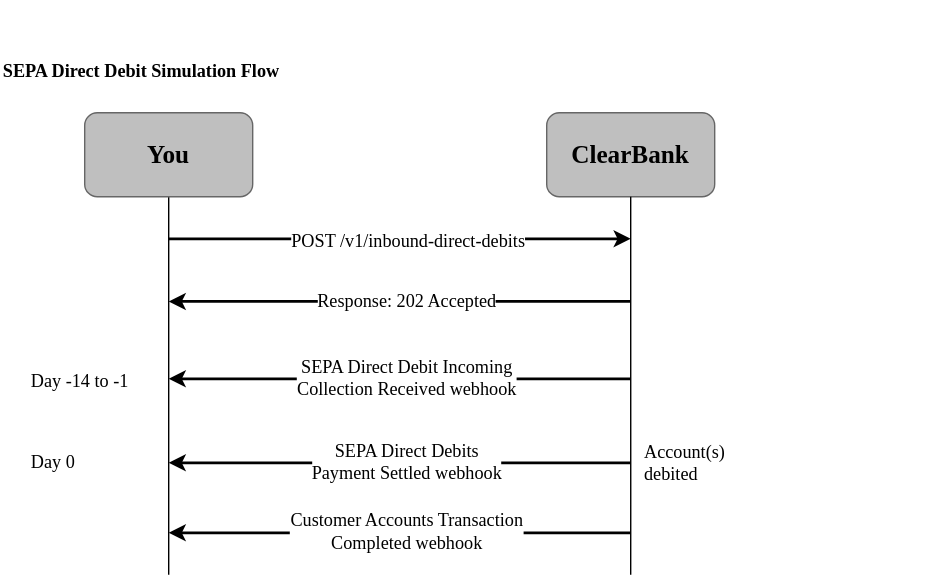
Before: assets/images/sepa-dd/sepa-dd-flow.svg, a diagram exported from draw.io (clearbank/clearbank.github.io). Source tidied: cells renumbered, new cells last; positions are measured from the earlier drawing's top-left corner, leaving out a move shared by most shapes.
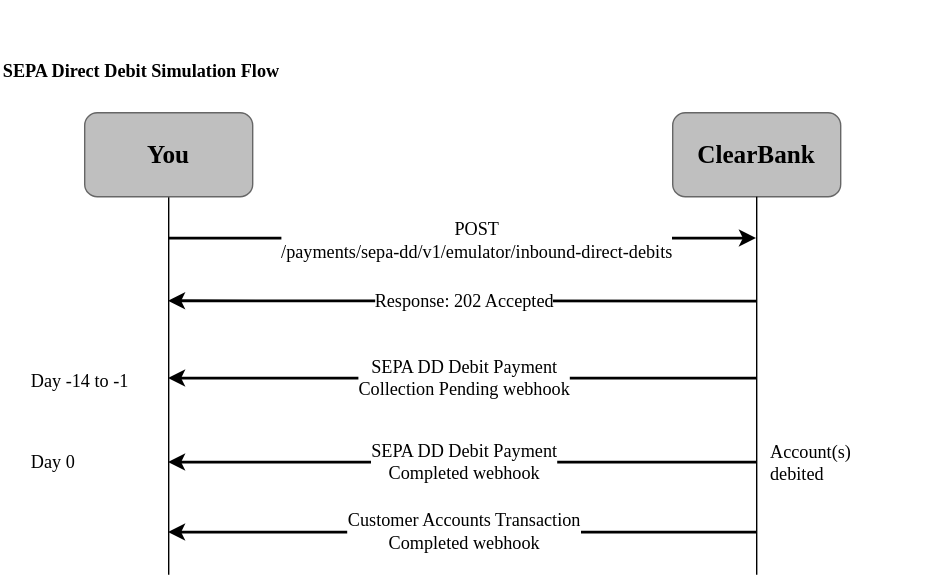
Later version of the same file.

The edit, as a diff of the source:
```diff
@@ -9,13 +9,13 @@
       <mxGeometry x="210" width="120" height="20" as="geometry" />
     </mxCell>
     <mxCell id="4" value="ClearBank" style="rounded=1;whiteSpace=wrap;html=1;strokeColor=#666666;fillColor=#BFBFBF;gradientColor=none;fontFamily=Clear Sans Text;fontStyle=1;fontSize=18;fontColor=#000000;" parent="1" vertex="1">
-      <mxGeometry x="390" y="80" width="120" height="60" as="geometry" />
+      <mxGeometry x="480" y="80" width="120" height="60" as="geometry" />
     </mxCell>
     <mxCell id="5" style="edgeStyle=orthogonalEdgeStyle;rounded=0;jettySize=auto;html=1;endArrow=none;endFill=0;exitX=0.5;exitY=1;exitDx=0;exitDy=0;fontFamily=Clear Sans Text;fontSize=13;strokeColor=#000000;" parent="1" edge="1" source="4">
       <mxGeometry relative="1" as="geometry">
-        <mxPoint x="450" y="410" as="targetPoint" />
+        <mxPoint x="540" y="410" as="targetPoint" />
         <Array as="points">
-          <mxPoint x="450" y="360" />
+          <mxPoint x="540" y="360" />
         </Array>
       </mxGeometry>
     </mxCell>
@@ -30,17 +30,17 @@
     <mxCell id="8" style="endArrow=classic;html=1;rounded=0;strokeWidth=2;fontFamily=Clear Sans Text;fontSize=13;strokeColor=#000000;" parent="1" edge="1">
       <mxGeometry relative="1" as="geometry">
         <mxPoint x="120" y="170" as="sourcePoint" />
-        <mxPoint x="450" y="170" as="targetPoint" />
+        <mxPoint x="540" y="170" as="targetPoint" />
       </mxGeometry>
     </mxCell>
-    <mxCell id="9" value="POST /v1/inbound-direct-debits" style="edgeLabel;html=1;align=center;verticalAlign=middle;fontFamily=Clear Sans Text;fontSize=13;fontColor=#000000;labelBackgroundColor=#FFFFFF;" parent="8" vertex="1">
+    <mxCell id="9" value="POST&lt;br&gt;/payments/sepa-dd/v1/emulator/inbound-direct-debits" style="edgeLabel;html=1;align=center;verticalAlign=middle;fontFamily=Clear Sans Text;fontSize=13;fontColor=#000000;labelBackgroundColor=#FFFFFF;" parent="8" vertex="1">
       <mxGeometry x="0.09" y="-1" relative="1" as="geometry">
         <mxPoint x="-9" as="offset" />
       </mxGeometry>
     </mxCell>
     <mxCell id="10" style="endArrow=classic;html=1;rounded=0;strokeWidth=2;fontFamily=Clear Sans Text;fontSize=13;strokeColor=#000000;" parent="1" edge="1">
       <mxGeometry relative="1" as="geometry">
-        <mxPoint x="450" y="214.8" as="sourcePoint" />
+        <mxPoint x="540" y="215" as="sourcePoint" />
         <mxPoint x="120" y="214.8" as="targetPoint" />
       </mxGeometry>
     </mxCell>
@@ -54,11 +54,11 @@
     </mxCell>
     <mxCell id="13" style="endArrow=classic;html=1;rounded=0;strokeWidth=2;fontFamily=Clear Sans Text;fontSize=13;strokeColor=#000000;" parent="1" edge="1">
       <mxGeometry relative="1" as="geometry">
-        <mxPoint x="450" y="270" as="sourcePoint" />
+        <mxPoint x="540" y="270" as="sourcePoint" />
         <mxPoint x="120" y="270" as="targetPoint" />
       </mxGeometry>
     </mxCell>
-    <mxCell id="14" value="&lt;div&gt;SEPA Direct Debit Incoming&lt;br&gt;Collection Received webhook&lt;br&gt;&lt;/div&gt;" style="edgeLabel;html=1;align=center;verticalAlign=middle;fontFamily=Clear Sans Text;fontSize=13;fontColor=#000000;labelBackgroundColor=#FFFFFF;" parent="13" vertex="1">
+    <mxCell id="14" value="&lt;div&gt;SEPA DD Debit Payment&lt;br&gt;Collection Pending webhook&lt;/div&gt;" style="edgeLabel;html=1;align=center;verticalAlign=middle;fontFamily=Clear Sans Text;fontSize=13;fontColor=#000000;labelBackgroundColor=#FFFFFF;" parent="13" vertex="1">
       <mxGeometry x="0.09" y="-1" relative="1" as="geometry">
         <mxPoint x="19" as="offset" />
       </mxGeometry>
@@ -68,18 +68,18 @@
     </mxCell>
     <mxCell id="16" style="endArrow=classic;html=1;rounded=0;strokeWidth=2;fontFamily=Clear Sans Text;fontSize=13;strokeColor=#000000;" parent="1" edge="1">
       <mxGeometry relative="1" as="geometry">
-        <mxPoint x="450" y="330" as="sourcePoint" />
+        <mxPoint x="540" y="330" as="sourcePoint" />
         <mxPoint x="120" y="330" as="targetPoint" />
       </mxGeometry>
     </mxCell>
-    <mxCell id="17" value="&lt;div&gt;SEPA Direct Debits&lt;br&gt;Payment Settled webhook&lt;br&gt;&lt;/div&gt;" style="edgeLabel;html=1;align=center;verticalAlign=middle;fontFamily=Clear Sans Text;fontSize=13;fontColor=#000000;labelBackgroundColor=#FFFFFF;" parent="16" vertex="1">
+    <mxCell id="17" value="&lt;div&gt;SEPA DD Debit Payment&lt;br&gt;Completed webhook&lt;/div&gt;" style="edgeLabel;html=1;align=center;verticalAlign=middle;fontFamily=Clear Sans Text;fontSize=13;fontColor=#000000;labelBackgroundColor=#FFFFFF;" parent="16" vertex="1">
       <mxGeometry x="0.09" y="-1" relative="1" as="geometry">
         <mxPoint x="19" as="offset" />
       </mxGeometry>
     </mxCell>
     <mxCell id="18" style="endArrow=classic;html=1;rounded=0;strokeWidth=2;fontFamily=Clear Sans Text;fontSize=13;strokeColor=#000000;" parent="1" edge="1">
       <mxGeometry relative="1" as="geometry">
-        <mxPoint x="450" y="380" as="sourcePoint" />
+        <mxPoint x="540" y="380" as="sourcePoint" />
         <mxPoint x="120" y="380" as="targetPoint" />
       </mxGeometry>
     </mxCell>
@@ -92,7 +92,7 @@
       <mxGeometry x="20" y="314" width="100" height="30" as="geometry" />
     </mxCell>
     <mxCell id="21" value="Account(s) debited" style="text;html=1;strokeColor=none;fillColor=none;align=left;verticalAlign=middle;whiteSpace=wrap;rounded=0;fontFamily=Clear Sans Text;fontSize=13;fontColor=#000000;labelBackgroundColor=#FFFFFF;" parent="1" vertex="1">
-      <mxGeometry x="458" y="315" width="100" height="30" as="geometry" />
+      <mxGeometry x="548" y="315" width="100" height="30" as="geometry" />
     </mxCell>
   </root>
 </mxGraphModel>
```
